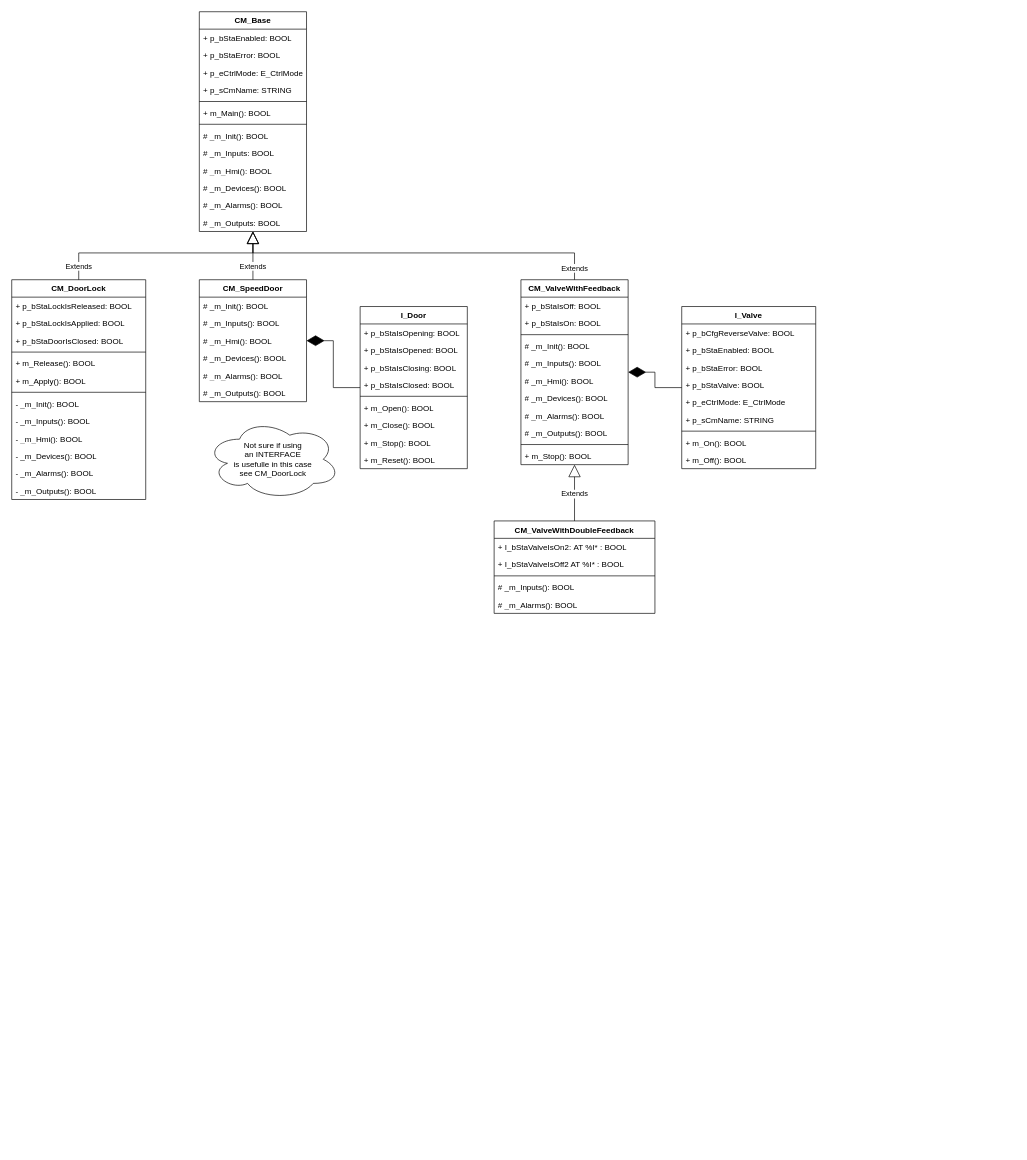
Above: page "CM's" (3 of 5) of Documentation/Software architecture.drawio in KMWE/KMWE_CleanroomConnect (draw.io), before the change. Source tidied: cells renumbered, new cells numbered last; positions are measured from the earlier drawing's top-left corner, leaving out a move shared by most shapes. Both pictures are drawn from the tidied source at 67%, with x=0, y=0 at pixel (11, 11).
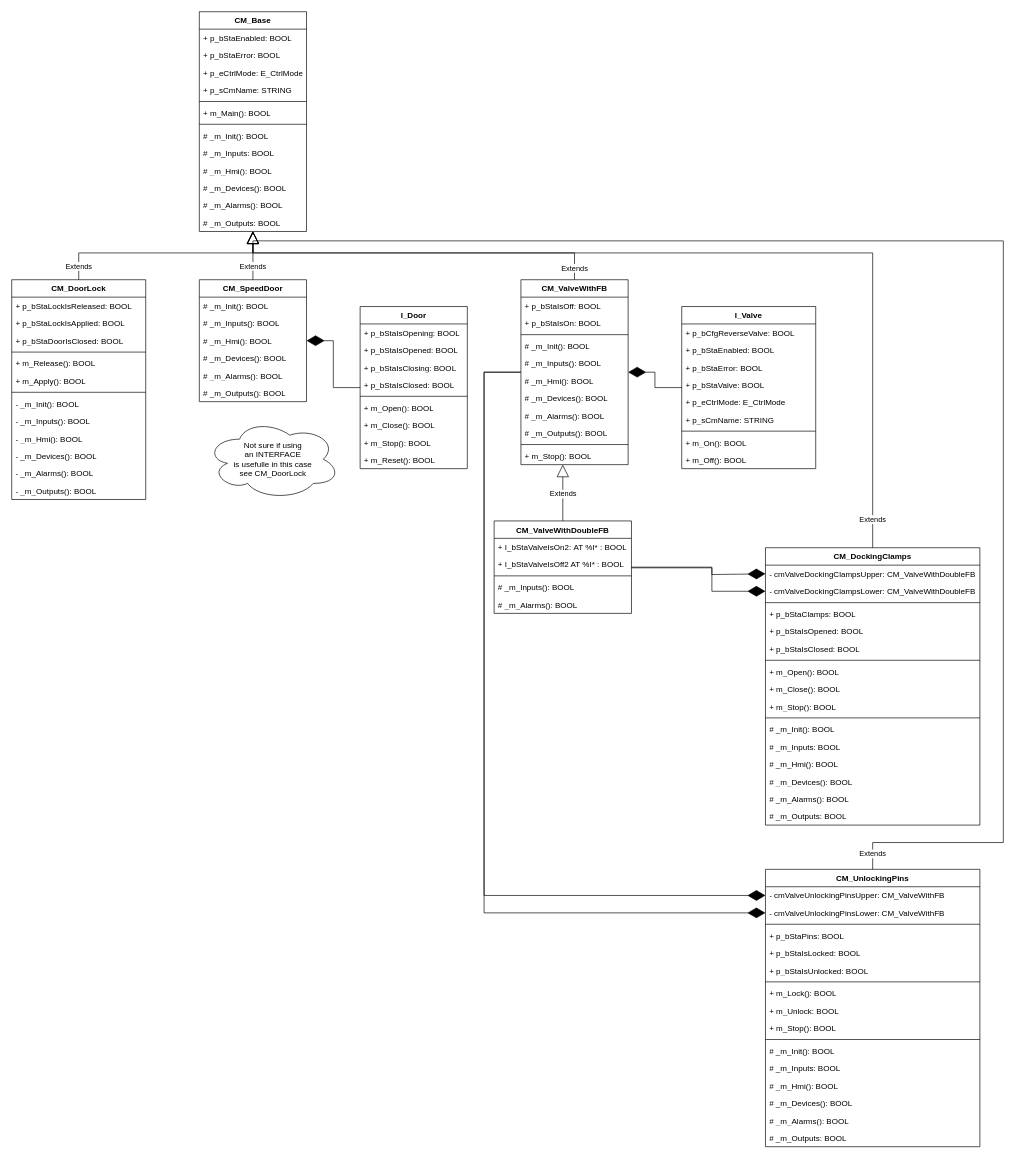
The same page after the edit.

Unchanged cells that the change refers to:
```xml
<mxCell id="9" value="CM_Base" style="swimlane;fontStyle=1;align=center;verticalAlign=top;horizontal=1;startSize=26;whiteSpace=wrap;html=1;" parent="1" vertex="1">
  <mxGeometry x="280" width="160" height="328" as="geometry" />
</mxCell>
```

The edit, as a diff of the source:
```diff
@@
-    <mxCell id="51" value="CM_ValveWithFeedback" style="swimlane;fontStyle=1;align=center;verticalAlign=top;horizontal=1;startSize=26;whiteSpace=wrap;html=1;" parent="1" vertex="1">
+    <mxCell id="51" value="CM_ValveWithFB" style="swimlane;fontStyle=1;align=center;verticalAlign=top;horizontal=1;startSize=26;whiteSpace=wrap;html=1;" parent="1" vertex="1">
       <mxGeometry x="760" y="400" width="160" height="276" as="geometry" />
     </mxCell>
@@
-    <mxCell id="75" value="CM_ValveWithDoubleFeedback" style="swimlane;fontStyle=1;align=center;verticalAlign=top;horizontal=1;startSize=26;whiteSpace=wrap;html=1;" parent="1" vertex="1">
-      <mxGeometry x="720" y="760" width="240" height="138" as="geometry" />
+    <mxCell id="75" value="CM_ValveWithDoubleFB" style="swimlane;fontStyle=1;align=center;verticalAlign=top;horizontal=1;startSize=26;whiteSpace=wrap;html=1;" parent="1" vertex="1">
+      <mxGeometry x="720" y="760" width="205" height="138" as="geometry" />
     </mxCell>
     <mxCell id="76" value="+ I_bStaValveIsOn2:&amp;nbsp;AT %I* : BOOL" style="text;strokeColor=none;fillColor=none;align=left;verticalAlign=top;spacingLeft=4;spacingRight=4;overflow=hidden;whiteSpace=wrap;html=1;" parent="75" vertex="1">
-      <mxGeometry y="26" width="240" height="26" as="geometry" />
+      <mxGeometry y="26" width="205" height="26" as="geometry" />
     </mxCell>
     <mxCell id="77" value="+ I_bStaValveIsOff2 AT %I* : BOOL" style="text;strokeColor=none;fillColor=none;align=left;verticalAlign=top;spacingLeft=4;spacingRight=4;overflow=hidden;whiteSpace=wrap;html=1;" parent="75" vertex="1">
-      <mxGeometry y="52" width="240" height="26" as="geometry" />
+      <mxGeometry y="52" width="205" height="26" as="geometry" />
     </mxCell>
     <mxCell id="78" style="line;strokeWidth=1;fillColor=none;align=left;verticalAlign=middle;spacingTop=-1;spacingLeft=3;spacingRight=3;labelPosition=right;strokeColor=inherit;" parent="75" vertex="1">
-      <mxGeometry y="78" width="240" height="8" as="geometry" />
+      <mxGeometry y="78" width="205" height="8" as="geometry" />
     </mxCell>
     <mxCell id="79" value="# _m_Inputs(): BOOL" style="text;strokeColor=none;fillColor=none;align=left;verticalAlign=top;spacingLeft=4;spacingRight=4;overflow=hidden;whiteSpace=wrap;html=1;" parent="75" vertex="1">
-      <mxGeometry y="86" width="240" height="26" as="geometry" />
+      <mxGeometry y="86" width="205" height="26" as="geometry" />
     </mxCell>
     <mxCell id="80" value="# _m_Alarms(): BOOL" style="text;strokeColor=none;fillColor=none;align=left;verticalAlign=top;spacingLeft=4;spacingRight=4;overflow=hidden;whiteSpace=wrap;html=1;" parent="75" vertex="1">
-      <mxGeometry y="112" width="240" height="26" as="geometry" />
+      <mxGeometry y="112" width="205" height="26" as="geometry" />
     </mxCell>
@@
+    <mxCell id="82" value="CM_DockingClamps" style="swimlane;fontStyle=1;align=center;verticalAlign=top;horizontal=1;startSize=26;whiteSpace=wrap;html=1;" parent="1" vertex="1">
+      <mxGeometry x="1125" y="800" width="320" height="414" as="geometry" />
+    </mxCell>
+    <mxCell id="83" value="- cmValveDockingClampsUpper: CM_ValveWithDoubleFB" style="text;strokeColor=none;fillColor=none;align=left;verticalAlign=top;spacingLeft=4;spacingRight=4;overflow=hidden;points=[[0,0.5],[1,0.5]];portConstraint=eastwest;whiteSpace=wrap;html=1;" parent="82" vertex="1">
+      <mxGeometry y="26" width="320" height="26" as="geometry" />
+    </mxCell>
+    <mxCell id="84" value="- cmValveDockingClampsLower: CM_ValveWithDoubleFB" style="text;strokeColor=none;fillColor=none;align=left;verticalAlign=top;spacingLeft=4;spacingRight=4;overflow=hidden;points=[[0,0.5],[1,0.5]];portConstraint=eastwest;whiteSpace=wrap;html=1;" parent="82" vertex="1">
+      <mxGeometry y="52" width="320" height="26" as="geometry" />
+    </mxCell>
+    <mxCell id="85" style="line;strokeWidth=1;fillColor=none;align=left;verticalAlign=middle;spacingTop=-1;spacingLeft=3;spacingRight=3;labelPosition=right;strokeColor=inherit;" parent="82" vertex="1">
+      <mxGeometry y="78" width="320" height="8" as="geometry" />
+    </mxCell>
+    <mxCell id="86" value="+ p_bStaClamps: BOOL" style="text;strokeColor=none;fillColor=none;align=left;verticalAlign=top;spacingLeft=4;spacingRight=4;overflow=hidden;whiteSpace=wrap;html=1;" parent="82" vertex="1">
+      <mxGeometry y="86" width="320" height="26" as="geometry" />
+    </mxCell>
+    <mxCell id="87" value="+ p_bStaIsOpened: BOOL" style="text;strokeColor=none;fillColor=none;align=left;verticalAlign=top;spacingLeft=4;spacingRight=4;overflow=hidden;whiteSpace=wrap;html=1;" parent="82" vertex="1">
+      <mxGeometry y="112" width="320" height="26" as="geometry" />
+    </mxCell>
+    <mxCell id="88" value="+ p_bStaIsClosed: BOOL" style="text;strokeColor=none;fillColor=none;align=left;verticalAlign=top;spacingLeft=4;spacingRight=4;overflow=hidden;whiteSpace=wrap;html=1;" parent="82" vertex="1">
+      <mxGeometry y="138" width="320" height="26" as="geometry" />
+    </mxCell>
+    <mxCell id="89" style="line;strokeWidth=1;fillColor=none;align=left;verticalAlign=middle;spacingTop=-1;spacingLeft=3;spacingRight=3;labelPosition=right;strokeColor=inherit;" parent="82" vertex="1">
+      <mxGeometry y="164" width="320" height="8" as="geometry" />
+    </mxCell>
+    <mxCell id="90" value="+ m_Open(): BOOL" style="text;strokeColor=none;fillColor=none;align=left;verticalAlign=top;spacingLeft=4;spacingRight=4;overflow=hidden;whiteSpace=wrap;html=1;" parent="82" vertex="1">
+      <mxGeometry y="172" width="320" height="26" as="geometry" />
+    </mxCell>
+    <mxCell id="91" value="+ m_Close(): BOOL" style="text;strokeColor=none;fillColor=none;align=left;verticalAlign=top;spacingLeft=4;spacingRight=4;overflow=hidden;whiteSpace=wrap;html=1;" parent="82" vertex="1">
+      <mxGeometry y="198" width="320" height="26" as="geometry" />
+    </mxCell>
+    <mxCell id="92" value="+ m_Stop(): BOOL" style="text;strokeColor=none;fillColor=none;align=left;verticalAlign=top;spacingLeft=4;spacingRight=4;overflow=hidden;whiteSpace=wrap;html=1;" parent="82" vertex="1">
+      <mxGeometry y="224" width="320" height="26" as="geometry" />
+    </mxCell>
+    <mxCell id="93" style="line;strokeWidth=1;fillColor=none;align=left;verticalAlign=middle;spacingTop=-1;spacingLeft=3;spacingRight=3;labelPosition=right;strokeColor=inherit;" parent="82" vertex="1">
+      <mxGeometry y="250" width="320" height="8" as="geometry" />
+    </mxCell>
+    <mxCell id="94" value="# _m_Init(): BOOL" style="text;strokeColor=none;fillColor=none;align=left;verticalAlign=top;spacingLeft=4;spacingRight=4;overflow=hidden;whiteSpace=wrap;html=1;" parent="82" vertex="1">
+      <mxGeometry y="258" width="320" height="26" as="geometry" />
+    </mxCell>
+    <mxCell id="95" value="# _m_Inputs: BOOL" style="text;strokeColor=none;fillColor=none;align=left;verticalAlign=top;spacingLeft=4;spacingRight=4;overflow=hidden;whiteSpace=wrap;html=1;" parent="82" vertex="1">
+      <mxGeometry y="284" width="320" height="26" as="geometry" />
+    </mxCell>
+    <mxCell id="96" value="# _m_Hmi(): BOOL" style="text;strokeColor=none;fillColor=none;align=left;verticalAlign=top;spacingLeft=4;spacingRight=4;overflow=hidden;whiteSpace=wrap;html=1;" parent="82" vertex="1">
+      <mxGeometry y="310" width="320" height="26" as="geometry" />
+    </mxCell>
+    <mxCell id="97" value="# _m_Devices(): BOOL" style="text;strokeColor=none;fillColor=none;align=left;verticalAlign=top;spacingLeft=4;spacingRight=4;overflow=hidden;whiteSpace=wrap;html=1;" parent="82" vertex="1">
+      <mxGeometry y="336" width="320" height="26" as="geometry" />
+    </mxCell>
+    <mxCell id="98" value="# _m_Alarms(): BOOL" style="text;strokeColor=none;fillColor=none;align=left;verticalAlign=top;spacingLeft=4;spacingRight=4;overflow=hidden;whiteSpace=wrap;html=1;" parent="82" vertex="1">
+      <mxGeometry y="362" width="320" height="26" as="geometry" />
+    </mxCell>
+    <mxCell id="99" value="# _m_Outputs: BOOL" style="text;strokeColor=none;fillColor=none;align=left;verticalAlign=top;spacingLeft=4;spacingRight=4;overflow=hidden;whiteSpace=wrap;html=1;" parent="82" vertex="1">
+      <mxGeometry y="388" width="320" height="26" as="geometry" />
+    </mxCell>
+    <mxCell id="100" value="Extends" style="endArrow=block;endSize=16;endFill=0;html=1;rounded=0;edgeStyle=orthogonalEdgeStyle;" parent="1" edge="1" source="82" target="9">
+      <mxGeometry x="-0.94" relative="1" as="geometry">
+        <Array as="points">
+          <mxPoint x="1285" y="1157" />
+          <mxPoint x="1285" y="360" />
+          <mxPoint x="360" y="360" />
+        </Array>
+      </mxGeometry>
+    </mxCell>
+    <mxCell id="101" style="endArrow=diamondThin;endFill=1;endSize=24;html=1;rounded=0;edgeStyle=orthogonalEdgeStyle;entryX=0;entryY=0.5;entryDx=0;entryDy=0;" parent="1" edge="1" source="75" target="83">
+      <mxGeometry relative="1" as="geometry">
+        <Array as="points">
+          <mxPoint x="1045" y="829" />
+          <mxPoint x="1045" y="840" />
+          <mxPoint x="1125" y="840" />
+        </Array>
+      </mxGeometry>
+    </mxCell>
+    <mxCell id="102" style="endArrow=diamondThin;endFill=1;endSize=24;html=1;rounded=0;edgeStyle=orthogonalEdgeStyle;entryX=0;entryY=0.5;entryDx=0;entryDy=0;" parent="1" edge="1" source="75" target="84">
+      <mxGeometry relative="1" as="geometry">
+        <Array as="points">
+          <mxPoint x="1045" y="830" />
+          <mxPoint x="1045" y="865" />
+        </Array>
+      </mxGeometry>
+    </mxCell>
+    <mxCell id="103" value="CM_UnlockingPins" style="swimlane;fontStyle=1;align=center;verticalAlign=top;horizontal=1;startSize=26;whiteSpace=wrap;html=1;" parent="1" vertex="1">
+      <mxGeometry x="1125" y="1280" width="320" height="414" as="geometry" />
+    </mxCell>
+    <mxCell id="104" value="- cmValveUnlockingPinsUpper: CM_ValveWithFB" style="text;strokeColor=none;fillColor=none;align=left;verticalAlign=top;spacingLeft=4;spacingRight=4;overflow=hidden;points=[[0,0.5],[1,0.5]];portConstraint=eastwest;whiteSpace=wrap;html=1;" parent="103" vertex="1">
+      <mxGeometry y="26" width="320" height="26" as="geometry" />
+    </mxCell>
+    <mxCell id="105" value="- cmValveUnlockingPinsLower: CM_ValveWithFB" style="text;strokeColor=none;fillColor=none;align=left;verticalAlign=top;spacingLeft=4;spacingRight=4;overflow=hidden;points=[[0,0.5],[1,0.5]];portConstraint=eastwest;whiteSpace=wrap;html=1;" parent="103" vertex="1">
+      <mxGeometry y="52" width="320" height="26" as="geometry" />
+    </mxCell>
+    <mxCell id="106" style="line;strokeWidth=1;fillColor=none;align=left;verticalAlign=middle;spacingTop=-1;spacingLeft=3;spacingRight=3;labelPosition=right;strokeColor=inherit;" parent="103" vertex="1">
+      <mxGeometry y="78" width="320" height="8" as="geometry" />
+    </mxCell>
+    <mxCell id="107" value="+ p_bStaPins: BOOL" style="text;strokeColor=none;fillColor=none;align=left;verticalAlign=top;spacingLeft=4;spacingRight=4;overflow=hidden;whiteSpace=wrap;html=1;" parent="103" vertex="1">
+      <mxGeometry y="86" width="320" height="26" as="geometry" />
+    </mxCell>
+    <mxCell id="108" value="+ p_bStaIsLocked: BOOL" style="text;strokeColor=none;fillColor=none;align=left;verticalAlign=top;spacingLeft=4;spacingRight=4;overflow=hidden;whiteSpace=wrap;html=1;" parent="103" vertex="1">
+      <mxGeometry y="112" width="320" height="26" as="geometry" />
+    </mxCell>
+    <mxCell id="109" value="+ p_bStaIsUnlocked: BOOL" style="text;strokeColor=none;fillColor=none;align=left;verticalAlign=top;spacingLeft=4;spacingRight=4;overflow=hidden;whiteSpace=wrap;html=1;" parent="103" vertex="1">
+      <mxGeometry y="138" width="320" height="26" as="geometry" />
+    </mxCell>
+    <mxCell id="110" style="line;strokeWidth=1;fillColor=none;align=left;verticalAlign=middle;spacingTop=-1;spacingLeft=3;spacingRight=3;labelPosition=right;strokeColor=inherit;" parent="103" vertex="1">
+      <mxGeometry y="164" width="320" height="8" as="geometry" />
+    </mxCell>
+    <mxCell id="111" value="+ m_Lock(): BOOL" style="text;strokeColor=none;fillColor=none;align=left;verticalAlign=top;spacingLeft=4;spacingRight=4;overflow=hidden;whiteSpace=wrap;html=1;" parent="103" vertex="1">
+      <mxGeometry y="172" width="320" height="26" as="geometry" />
+    </mxCell>
+    <mxCell id="112" value="+ m_Unlock: BOOL" style="text;strokeColor=none;fillColor=none;align=left;verticalAlign=top;spacingLeft=4;spacingRight=4;overflow=hidden;whiteSpace=wrap;html=1;" parent="103" vertex="1">
+      <mxGeometry y="198" width="320" height="26" as="geometry" />
+    </mxCell>
+    <mxCell id="113" value="+ m_Stop(): BOOL" style="text;strokeColor=none;fillColor=none;align=left;verticalAlign=top;spacingLeft=4;spacingRight=4;overflow=hidden;whiteSpace=wrap;html=1;" parent="103" vertex="1">
+      <mxGeometry y="224" width="320" height="26" as="geometry" />
+    </mxCell>
+    <mxCell id="114" style="line;strokeWidth=1;fillColor=none;align=left;verticalAlign=middle;spacingTop=-1;spacingLeft=3;spacingRight=3;labelPosition=right;strokeColor=inherit;" parent="103" vertex="1">
+      <mxGeometry y="250" width="320" height="8" as="geometry" />
+    </mxCell>
+    <mxCell id="115" value="# _m_Init(): BOOL" style="text;strokeColor=none;fillColor=none;align=left;verticalAlign=top;spacingLeft=4;spacingRight=4;overflow=hidden;whiteSpace=wrap;html=1;" parent="103" vertex="1">
+      <mxGeometry y="258" width="320" height="26" as="geometry" />
+    </mxCell>
+    <mxCell id="116" value="# _m_Inputs: BOOL" style="text;strokeColor=none;fillColor=none;align=left;verticalAlign=top;spacingLeft=4;spacingRight=4;overflow=hidden;whiteSpace=wrap;html=1;" parent="103" vertex="1">
+      <mxGeometry y="284" width="320" height="26" as="geometry" />
+    </mxCell>
+    <mxCell id="117" value="# _m_Hmi(): BOOL" style="text;strokeColor=none;fillColor=none;align=left;verticalAlign=top;spacingLeft=4;spacingRight=4;overflow=hidden;whiteSpace=wrap;html=1;" parent="103" vertex="1">
+      <mxGeometry y="310" width="320" height="26" as="geometry" />
+    </mxCell>
+    <mxCell id="118" value="# _m_Devices(): BOOL" style="text;strokeColor=none;fillColor=none;align=left;verticalAlign=top;spacingLeft=4;spacingRight=4;overflow=hidden;whiteSpace=wrap;html=1;" parent="103" vertex="1">
+      <mxGeometry y="336" width="320" height="26" as="geometry" />
+    </mxCell>
+    <mxCell id="119" value="# _m_Alarms(): BOOL" style="text;strokeColor=none;fillColor=none;align=left;verticalAlign=top;spacingLeft=4;spacingRight=4;overflow=hidden;whiteSpace=wrap;html=1;" parent="103" vertex="1">
+      <mxGeometry y="362" width="320" height="26" as="geometry" />
+    </mxCell>
+    <mxCell id="120" value="# _m_Outputs: BOOL" style="text;strokeColor=none;fillColor=none;align=left;verticalAlign=top;spacingLeft=4;spacingRight=4;overflow=hidden;whiteSpace=wrap;html=1;" parent="103" vertex="1">
+      <mxGeometry y="388" width="320" height="26" as="geometry" />
+    </mxCell>
+    <mxCell id="121" value="Extends" style="endArrow=block;endSize=16;endFill=0;html=1;rounded=0;edgeStyle=orthogonalEdgeStyle;" parent="1" edge="1" source="103" target="9">
+      <mxGeometry x="-0.98" relative="1" as="geometry">
+        <Array as="points">
+          <mxPoint x="1285" y="1240" />
+          <mxPoint x="1480" y="1240" />
+          <mxPoint x="1480" y="342" />
+          <mxPoint x="360" y="342" />
+        </Array>
+      </mxGeometry>
+    </mxCell>
+    <mxCell id="122" style="endArrow=diamondThin;endFill=1;endSize=24;html=1;rounded=0;edgeStyle=orthogonalEdgeStyle;entryX=0;entryY=0.5;entryDx=0;entryDy=0;" parent="1" edge="1" source="51" target="104">
+      <mxGeometry relative="1" as="geometry">
+        <Array as="points">
+          <mxPoint x="705" y="538" />
+          <mxPoint x="705" y="1319" />
+        </Array>
+      </mxGeometry>
+    </mxCell>
+    <mxCell id="123" style="endArrow=diamondThin;endFill=1;endSize=24;html=1;rounded=0;edgeStyle=orthogonalEdgeStyle;entryX=0;entryY=0.5;entryDx=0;entryDy=0;" parent="1" edge="1" source="51" target="105">
+      <mxGeometry relative="1" as="geometry">
+        <Array as="points">
+          <mxPoint x="705" y="538" />
+          <mxPoint x="705" y="1345" />
+        </Array>
+      </mxGeometry>
+    </mxCell>
```
